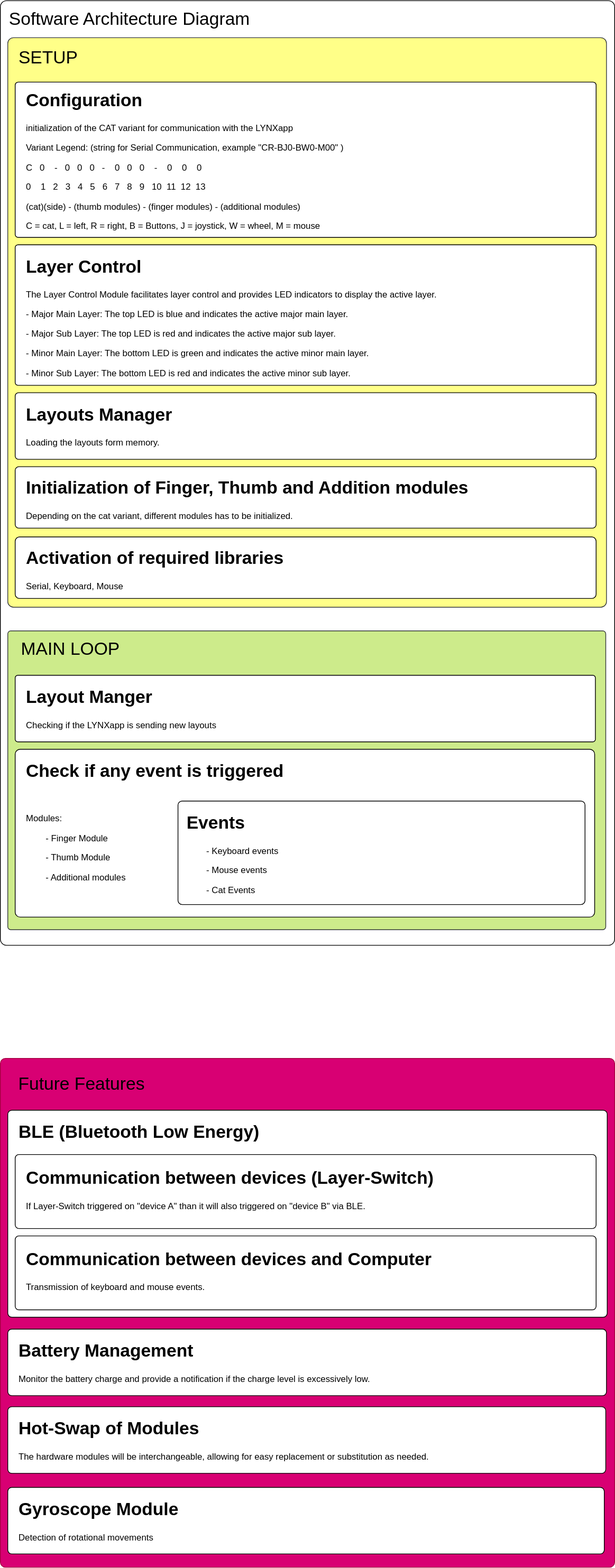
Before: images/SAD.svg, a diagram exported from draw.io (LYNXware/cat_esp32s3_platformio-arduino__version_2). Source tidied: cells renumbered, new cells last; positions are measured from the earlier drawing's top-left corner, leaving out a move shared by most shapes.
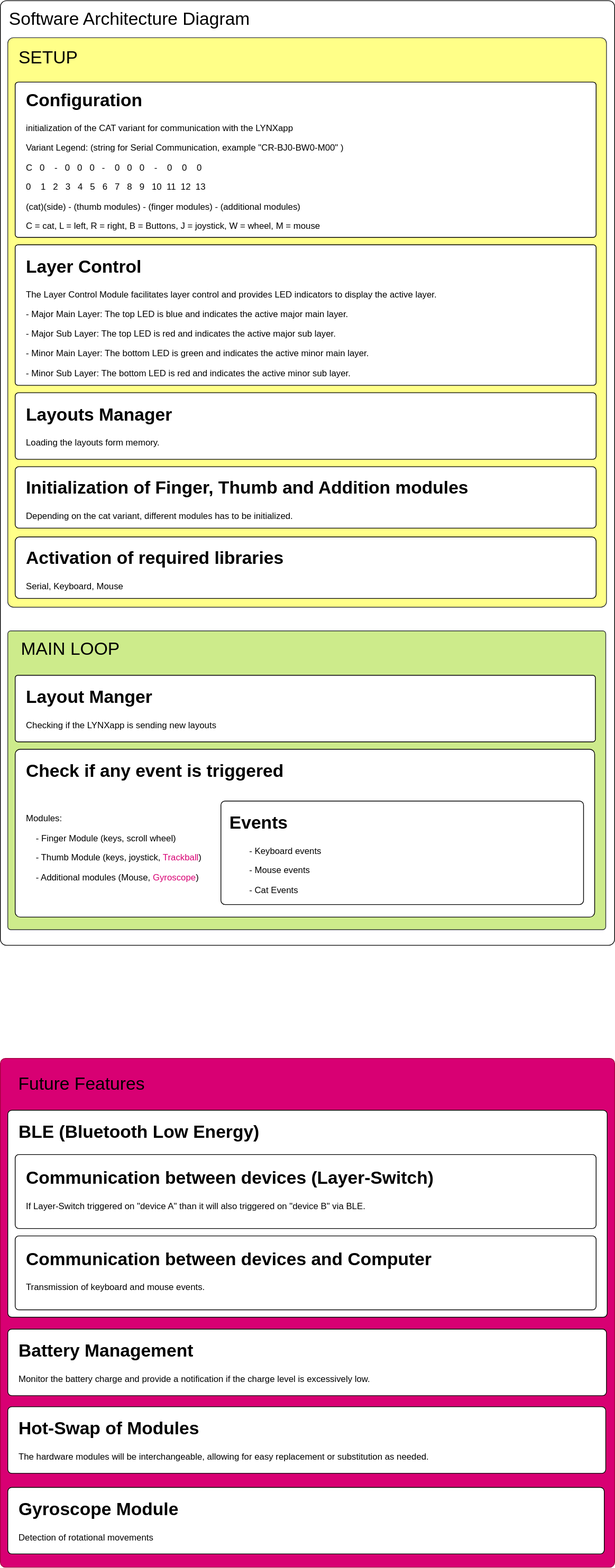
The same file after the commit.

Change to the diagram source:
```diff
@@ -101,17 +101,17 @@
     <mxCell id="34" style="rounded=1;whiteSpace=wrap;html=1;arcSize=3;" parent="1" vertex="1">
       <mxGeometry x="20" y="1012" width="783" height="227" as="geometry" />
     </mxCell>
-    <mxCell id="35" value="&lt;h1&gt;Check if any event is triggered&lt;/h1&gt;&lt;p&gt;&lt;br&gt;&lt;/p&gt;&lt;p&gt;Modules:&lt;/p&gt;&lt;p&gt;&lt;span style=&quot;white-space: pre;&quot;&gt;&#9;&lt;/span&gt;- Finger Module&lt;br&gt;&lt;/p&gt;&lt;p&gt;&lt;span style=&quot;white-space: pre;&quot;&gt;&#9;&lt;/span&gt;- Thumb Module&lt;br&gt;&lt;/p&gt;&lt;p&gt;&lt;span style=&quot;white-space: pre;&quot;&gt;&#9;&lt;/span&gt;- Additional modules&lt;br&gt;&lt;/p&gt;&lt;div&gt;&lt;br&gt;&lt;/div&gt;" style="text;html=1;strokeColor=none;fillColor=none;spacing=5;spacingTop=-20;whiteSpace=wrap;overflow=hidden;rounded=0;" parent="1" vertex="1">
+    <mxCell id="35" value="&lt;h1&gt;Check if any event is triggered&lt;/h1&gt;&lt;p&gt;&lt;br&gt;&lt;/p&gt;&lt;p&gt;Modules:&lt;/p&gt;&lt;p&gt;&lt;span style=&quot;&quot;&gt;&lt;span style=&quot;&quot;&gt;&amp;nbsp;&amp;nbsp;&amp;nbsp;&amp;nbsp;&lt;/span&gt;&lt;/span&gt;- Finger Module (keys, scroll wheel)&lt;br&gt;&lt;/p&gt;&lt;p&gt;&lt;span style=&quot;&quot;&gt;&lt;span style=&quot;&quot;&gt;&amp;nbsp;&amp;nbsp;&amp;nbsp;&amp;nbsp;&lt;/span&gt;&lt;/span&gt;- Thumb Module (keys, joystick, &lt;font color=&quot;#d80073&quot;&gt;Trackball&lt;/font&gt;)&lt;br&gt;&lt;/p&gt;&lt;p&gt;&lt;span style=&quot;&quot;&gt;&lt;span style=&quot;&quot;&gt;&amp;nbsp;&amp;nbsp;&amp;nbsp;&amp;nbsp;&lt;/span&gt;&lt;/span&gt;- Additional modules (Mouse,&amp;nbsp;&lt;font color=&quot;#d80073&quot;&gt;Gyroscope&lt;/font&gt;)&lt;/p&gt;" style="text;html=1;strokeColor=none;fillColor=none;spacing=5;spacingTop=-20;whiteSpace=wrap;overflow=hidden;rounded=0;" parent="1" vertex="1">
       <mxGeometry x="30" y="1022" width="710" height="170" as="geometry" />
     </mxCell>
     <mxCell id="36" style="group;" parent="1" vertex="1">
       <mxGeometry x="240" y="1082" width="550" height="140" as="geometry" />
     </mxCell>
     <mxCell id="37" style="rounded=1;whiteSpace=wrap;html=1;arcSize=4;" parent="36" vertex="1">
-      <mxGeometry width="550" height="140" as="geometry" />
+      <mxGeometry x="58" width="490" height="140" as="geometry" />
     </mxCell>
     <mxCell id="38" value="&lt;h1&gt;Events&amp;nbsp;&lt;/h1&gt;&lt;p&gt;&lt;span style=&quot;white-space: pre;&quot;&gt;&#9;&lt;/span&gt;- Keyboard events&lt;br&gt;&lt;/p&gt;&lt;p&gt;&lt;span style=&quot;white-space: pre;&quot;&gt;&#9;&lt;/span&gt;- Mouse events&lt;br&gt;&lt;/p&gt;&lt;p&gt;&lt;span style=&quot;white-space: pre;&quot;&gt;&#9;&lt;/span&gt;- Cat Events&lt;br&gt;&lt;/p&gt;" style="text;html=1;strokeColor=none;fillColor=none;spacing=5;spacingTop=-20;whiteSpace=wrap;overflow=hidden;rounded=0;" parent="36" vertex="1">
-      <mxGeometry x="7.3" y="10" width="447.3" height="120" as="geometry" />
+      <mxGeometry x="65.3" y="10" width="447.3" height="120" as="geometry" />
     </mxCell>
     <mxCell id="39" style="rounded=1;whiteSpace=wrap;html=1;arcSize=7;" parent="1" vertex="1">
       <mxGeometry x="20" y="725" width="785" height="83.1" as="geometry" />
```
